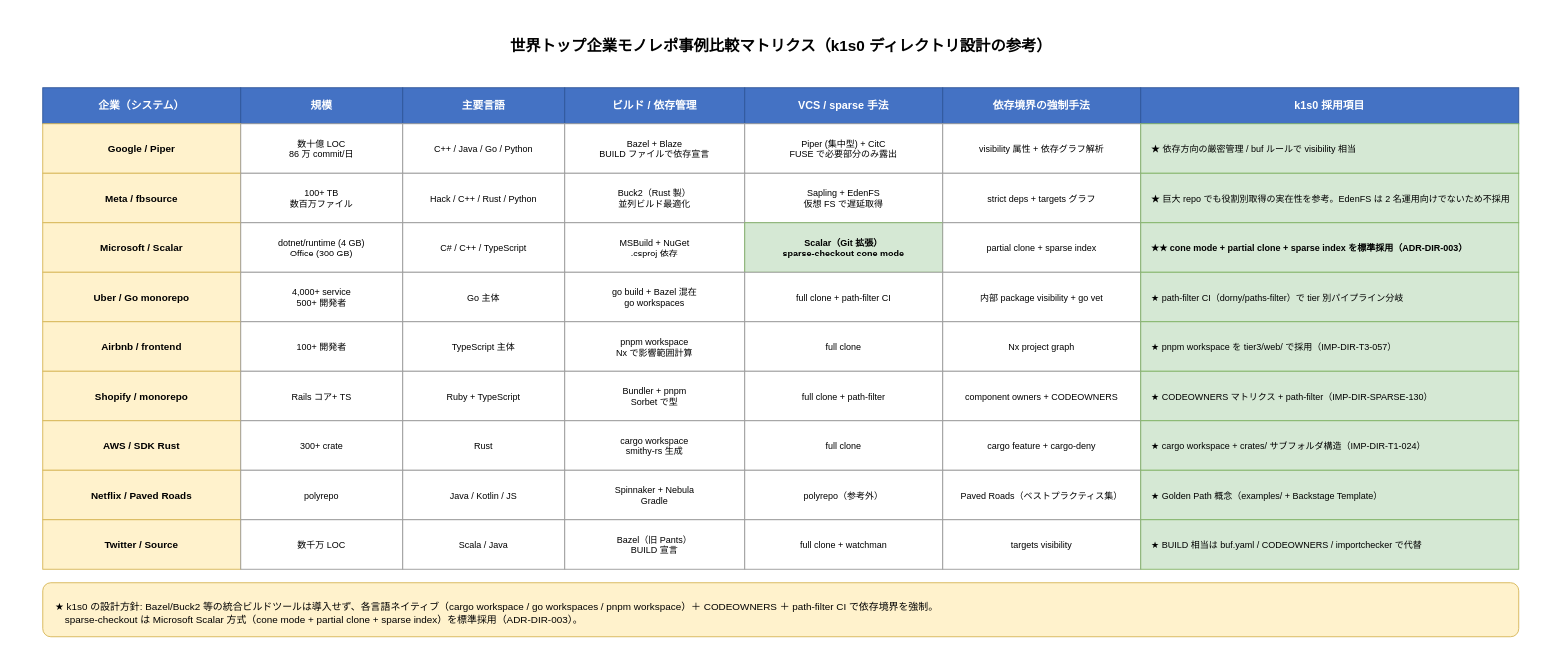
The draw.io diagram docs/05_実装/00_ディレクトリ設計/00_設計方針/img/世界トップ企業事例比較マトリクス.drawio in RyuheiKiso/k1s0, before the edit. Source tidied: cells renumbered, new cells numbered last; positions are measured from the earlier drawing's top-left corner, leaving out a move shared by most shapes. Both pictures are drawn from the tidied source at 90%, with x=0, y=0 at pixel (15, 15).
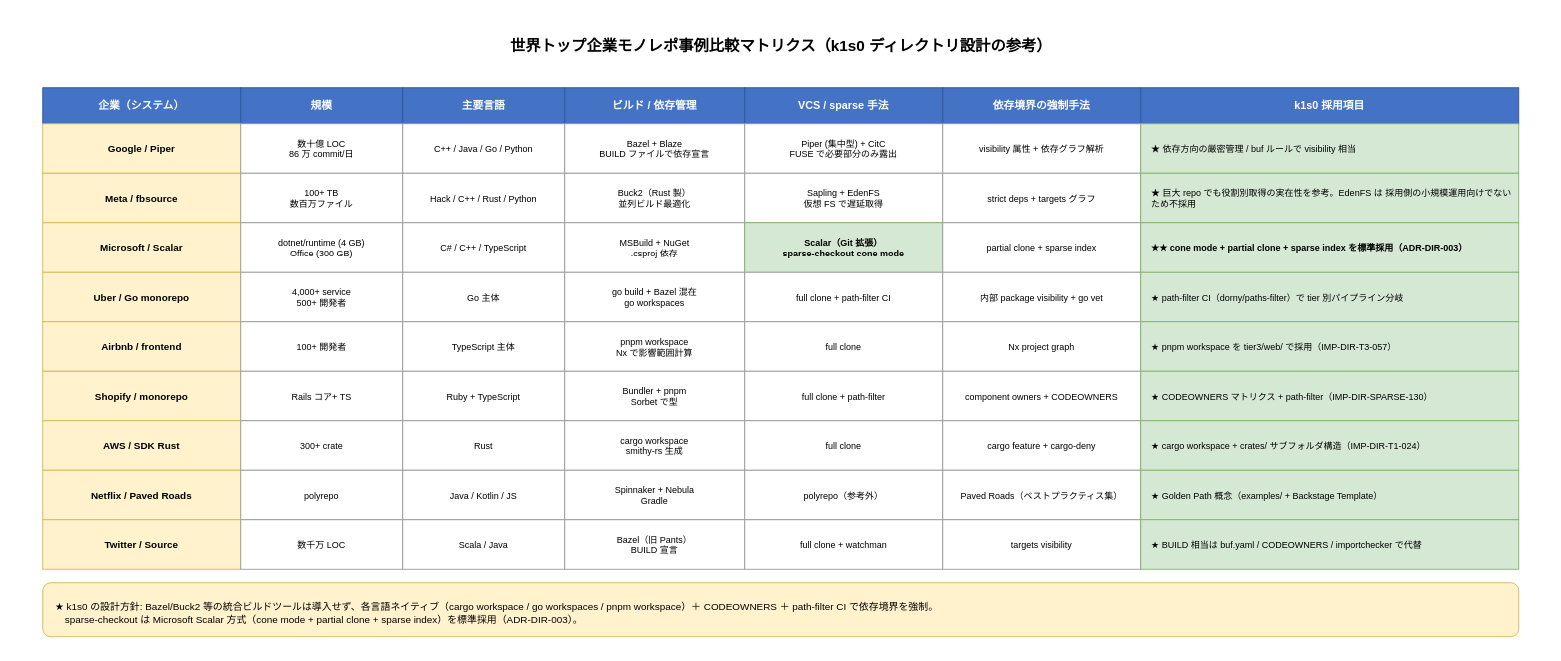
Above is the later version.

Change to the diagram source:
```diff
@@
-    <mxCell id="24" value="★ 巨大 repo でも役割別取得の実在性を参考。EdenFS は 2 名運用向けでないため不採用" style="rounded=0;whiteSpace=wrap;html=1;fillColor=#d5e8d4;strokeColor=#82b366;fontSize=10;align=left;spacingLeft=10;" parent="1" vertex="1">
+    <mxCell id="24" value="★ 巨大 repo でも役割別取得の実在性を参考。EdenFS は 採用側の小規模運用向けでないため不採用" style="rounded=0;whiteSpace=wrap;html=1;fillColor=#d5e8d4;strokeColor=#82b366;fontSize=10;align=left;spacingLeft=10;" parent="1" vertex="1">
       <mxGeometry x="1250" y="175" width="420" height="55" as="geometry" />
     </mxCell>
```
